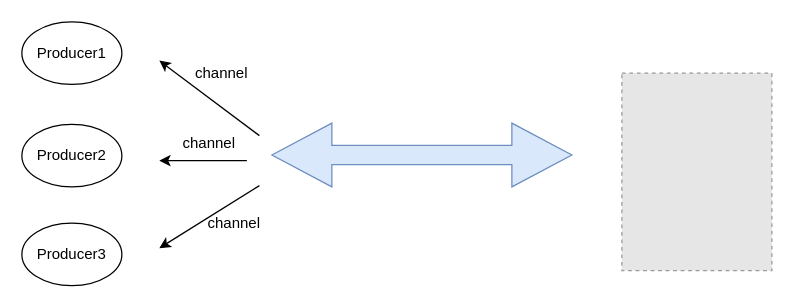
Above: mq/rabbitmq_channel.drawio in mstao/static (draw.io), before the change. Source tidied: cells renumbered, new cells numbered last; positions are measured from the earlier drawing's top-left corner, leaving out a move shared by most shapes. Both pictures are drawn from the tidied source at 125%, with x=0, y=0 at pixel (21, 21). Pictures stored in the file or linked from it are replaced by grey dashed boxes.
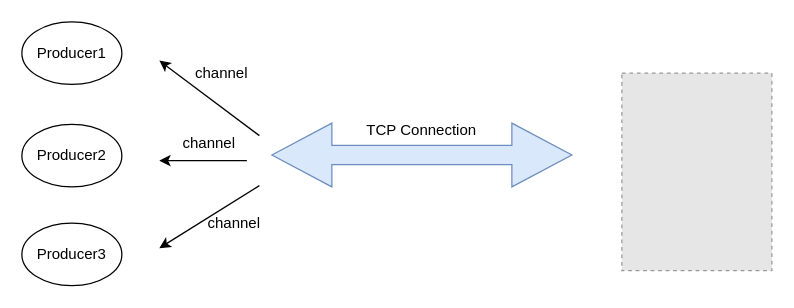
The same diagram, later.

Diff of the diagram source:
```diff
@@
 <mxGraphModel>
   <root>
     <mxCell id="0" />
     <mxCell id="1" parent="0" />
     <mxCell id="2" style="fillColor=#E6E6E6;strokeColor=#999999;dashed=1;verticalLabelPosition=bottom;labelBackgroundColor=#ffffff;verticalAlign=top;" parent="1" vertex="1">
       <mxGeometry x="480" y="41" width="120" height="158" as="geometry" />
     </mxCell>
     <mxCell id="3" style="shape=doubleArrow;whiteSpace=wrap;html=1;fillColor=#dae8fc;strokeColor=#6c8ebf;" parent="1" vertex="1">
       <mxGeometry x="200" y="81" width="240" height="51" as="geometry" />
     </mxCell>
     <mxCell id="4" style="endArrow=classic;html=1;" parent="1" edge="1">
       <mxGeometry relative="1" as="geometry">
         <mxPoint x="190" y="91" as="sourcePoint" />
         <mxPoint x="110" y="31" as="targetPoint" />
       </mxGeometry>
     </mxCell>
     <mxCell id="5" style="endArrow=classic;html=1;" parent="1" edge="1">
       <mxGeometry relative="1" as="geometry">
         <mxPoint x="180" y="111" as="sourcePoint" />
         <mxPoint x="110" y="111" as="targetPoint" />
       </mxGeometry>
     </mxCell>
     <mxCell id="6" style="endArrow=classic;html=1;" parent="1" edge="1">
       <mxGeometry relative="1" as="geometry">
         <mxPoint x="190" y="131" as="sourcePoint" />
         <mxPoint x="110" y="181" as="targetPoint" />
       </mxGeometry>
     </mxCell>
     <mxCell id="7" value="channel" style="text;html=1;strokeColor=none;fillColor=none;align=center;verticalAlign=middle;whiteSpace=wrap;rounded=0;" parent="1" vertex="1">
       <mxGeometry x="140" y="31" width="40" height="20" as="geometry" />
     </mxCell>
     <mxCell id="8" value="channel" style="text;html=1;strokeColor=none;fillColor=none;align=center;verticalAlign=middle;whiteSpace=wrap;rounded=0;" parent="1" vertex="1">
       <mxGeometry x="130" y="86.5" width="40" height="20" as="geometry" />
     </mxCell>
     <mxCell id="9" value="channel" style="text;html=1;strokeColor=none;fillColor=none;align=center;verticalAlign=middle;whiteSpace=wrap;rounded=0;" parent="1" vertex="1">
       <mxGeometry x="150" y="151" width="40" height="20" as="geometry" />
     </mxCell>
     <mxCell id="10" value="Producer1" style="ellipse;whiteSpace=wrap;html=1;" parent="1" vertex="1">
       <mxGeometry width="80" height="50" as="geometry" />
     </mxCell>
     <mxCell id="11" value="&lt;span style=&quot;white-space: normal&quot;&gt;Producer2&lt;/span&gt;" style="ellipse;whiteSpace=wrap;html=1;" parent="1" vertex="1">
       <mxGeometry y="82" width="80" height="50" as="geometry" />
     </mxCell>
     <mxCell id="12" value="&lt;span style=&quot;white-space: normal&quot;&gt;Producer3&lt;/span&gt;" style="ellipse;whiteSpace=wrap;html=1;" parent="1" vertex="1">
       <mxGeometry y="161" width="80" height="50" as="geometry" />
     </mxCell>
+    <mxCell id="13" value="TCP Connection" style="text;html=1;strokeColor=none;fillColor=none;align=center;verticalAlign=middle;whiteSpace=wrap;rounded=0;" parent="1" vertex="1">
+      <mxGeometry x="215" y="76.5" width="210" height="20" as="geometry" />
+    </mxCell>
   </root>
 </mxGraphModel>
```
